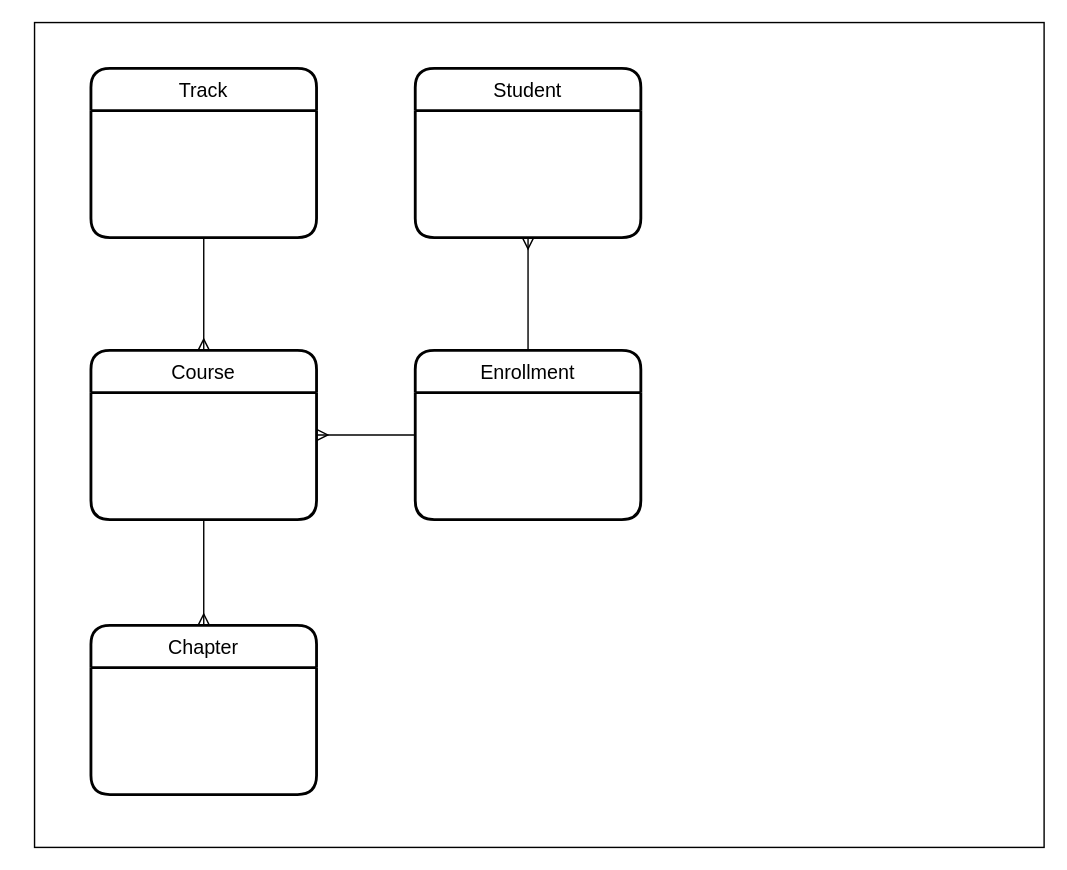
Before: design/erd.drawio in gary-alway/sir-learn-a-lot, a draw.io diagram. Source tidied: cells renumbered, new cells numbered last; positions are measured from the earlier drawing's top-left corner, leaving out a move shared by most shapes. Both pictures are drawn from the tidied source at 141%, with x=0, y=0 at pixel (34, 23).
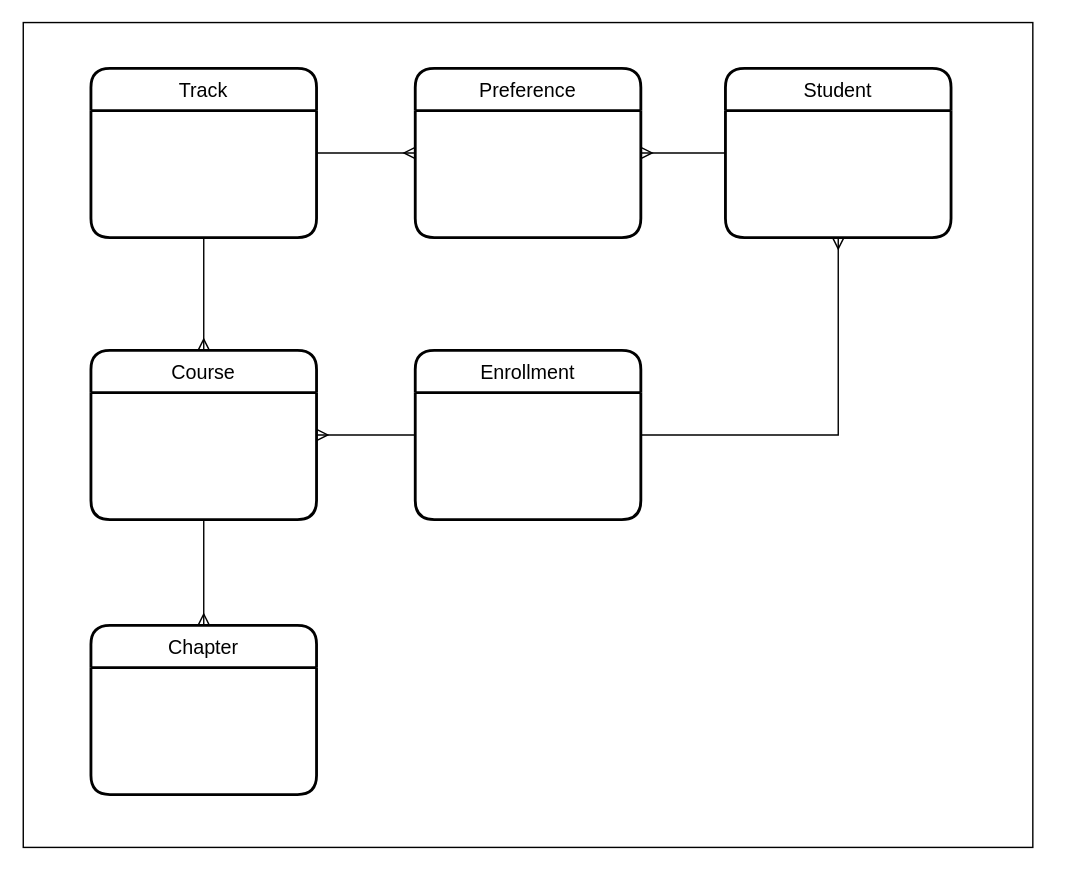
The same diagram, later.

The edit, as a diff of the source:
```diff
@@
 <mxGraphModel background="#ffffff">
   <root>
     <mxCell id="0" />
     <mxCell id="1" parent="0" />
     <mxCell id="2" style="rounded=0;whiteSpace=wrap;html=1;fillColor=#FFFFFF;" parent="1" vertex="1">
-      <mxGeometry y="-0.5" width="716" height="585" as="geometry" />
+      <mxGeometry x="-8" y="-0.5" width="716" height="585" as="geometry" />
     </mxCell>
     <mxCell id="3" style="edgeStyle=orthogonalEdgeStyle;rounded=0;jettySize=auto;html=1;exitX=0.5;exitY=1;exitDx=0;exitDy=0;entryX=0.5;entryY=0;entryDx=0;entryDy=0;startArrow=none;startFill=0;endArrow=ERmany;endFill=0;strokeColor=#000000;" parent="1" edge="1" source="4" target="7">
       <mxGeometry relative="1" as="geometry" />
     </mxCell>
     <mxCell id="4" value="Track" style="swimlane;horizontal=1;startSize=30;rounded=1;fontSize=14;fontStyle=0;strokeWidth=2;shadow=0;dashed=0;align=center;strokeColor=#000000;" parent="1" vertex="1">
       <mxGeometry x="40" y="32" width="160" height="120" as="geometry" />
     </mxCell>
     <mxCell id="5" style="edgeStyle=orthogonalEdgeStyle;rounded=0;jettySize=auto;html=1;exitX=0.5;exitY=1;exitDx=0;exitDy=0;entryX=0.5;entryY=0;entryDx=0;entryDy=0;startArrow=none;startFill=0;endArrow=ERmany;endFill=0;strokeColor=#000000;" parent="1" edge="1" source="7" target="8">
       <mxGeometry relative="1" as="geometry" />
     </mxCell>
     <mxCell id="6" style="edgeStyle=orthogonalEdgeStyle;rounded=0;jettySize=auto;html=1;exitX=1;exitY=0.5;exitDx=0;exitDy=0;entryX=0;entryY=0.5;entryDx=0;entryDy=0;startArrow=ERmany;startFill=0;endArrow=none;endFill=0;strokeColor=#000000;" parent="1" edge="1" source="7" target="11">
       <mxGeometry relative="1" as="geometry" />
     </mxCell>
     <mxCell id="7" value="Course" style="swimlane;horizontal=1;startSize=30;rounded=1;fontSize=14;fontStyle=0;strokeWidth=2;shadow=0;dashed=0;align=center;strokeColor=#000000;" parent="1" vertex="1">
       <mxGeometry x="40" y="232" width="160" height="120" as="geometry" />
     </mxCell>
     <mxCell id="8" value="Chapter" style="swimlane;horizontal=1;startSize=30;rounded=1;fontSize=14;fontStyle=0;strokeWidth=2;shadow=0;dashed=0;align=center;strokeColor=#000000;" parent="1" vertex="1">
       <mxGeometry x="40" y="427" width="160" height="120" as="geometry" />
     </mxCell>
     <mxCell id="9" value="Student" style="swimlane;horizontal=1;startSize=30;rounded=1;fontSize=14;fontStyle=0;strokeWidth=2;shadow=0;dashed=0;align=center;strokeColor=#000000;" parent="1" vertex="1">
-      <mxGeometry x="270" y="32" width="160" height="120" as="geometry" />
+      <mxGeometry x="490" y="32" width="160" height="120" as="geometry" />
     </mxCell>
     <mxCell id="10" style="edgeStyle=orthogonalEdgeStyle;rounded=0;jettySize=auto;html=1;entryX=0.5;entryY=1;entryDx=0;entryDy=0;startArrow=none;startFill=0;endArrow=ERmany;endFill=0;strokeColor=#000000;" parent="1" edge="1" source="11" target="9">
       <mxGeometry relative="1" as="geometry" />
     </mxCell>
     <mxCell id="11" value="Enrollment" style="swimlane;horizontal=1;startSize=30;rounded=1;fontSize=14;fontStyle=0;strokeWidth=2;shadow=0;dashed=0;align=center;strokeColor=#000000;" parent="1" vertex="1">
       <mxGeometry x="270" y="232" width="160" height="120" as="geometry" />
     </mxCell>
     <mxCell id="12" style="edgeStyle=orthogonalEdgeStyle;rounded=0;orthogonalLoop=1;jettySize=auto;html=1;exitX=0.5;exitY=1;exitDx=0;exitDy=0;" parent="1" edge="1">
       <mxGeometry relative="1" as="geometry">
         <mxPoint x="112" y="582" as="sourcePoint" />
         <mxPoint x="112" y="582" as="targetPoint" />
       </mxGeometry>
     </mxCell>
+    <mxCell id="13" value="Preference" style="swimlane;horizontal=1;startSize=30;rounded=1;fontSize=14;fontStyle=0;strokeWidth=2;shadow=0;dashed=0;align=center;strokeColor=#000000;" parent="1" vertex="1">
+      <mxGeometry x="270" y="32" width="160" height="120" as="geometry" />
+    </mxCell>
+    <mxCell id="14" style="edgeStyle=orthogonalEdgeStyle;rounded=0;jettySize=auto;html=1;entryX=1;entryY=0.5;entryDx=0;entryDy=0;startArrow=none;startFill=0;endArrow=ERmany;endFill=0;strokeColor=#000000;exitX=0;exitY=0.5;exitDx=0;exitDy=0;" parent="1" edge="1" source="9" target="13">
+      <mxGeometry relative="1" as="geometry" />
+    </mxCell>
+    <mxCell id="15" style="edgeStyle=orthogonalEdgeStyle;rounded=0;jettySize=auto;html=1;entryX=0;entryY=0.5;entryDx=0;entryDy=0;startArrow=none;startFill=0;endArrow=ERmany;endFill=0;strokeColor=#000000;exitX=1;exitY=0.5;exitDx=0;exitDy=0;" parent="1" edge="1" source="4" target="13">
+      <mxGeometry relative="1" as="geometry" />
+    </mxCell>
   </root>
 </mxGraphModel>
```
